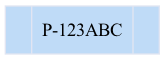
Earlier version of the Graphviz export arbol_b.png (bryan-ignacio/proyecto2_). Its source is kept beside it as arbol_b.dot.
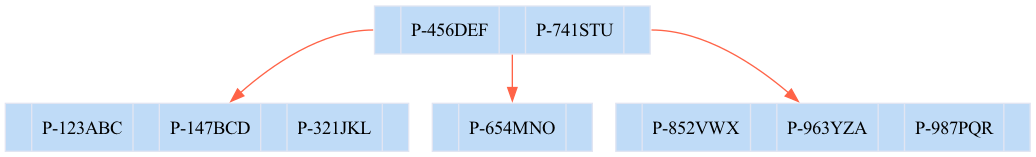
The same file after the commit.

What changed in the source:
```diff
@@ -3,6 +3,12 @@
 	fontcolor=black;
 	edge [fontcolor=white color="#FF6347"];
 	node [shape=record width=1.2 style=filled fillcolor="#bfdbf7" fontcolor=black color="#e1e5f2"];
-	n0[label="<f0>|P-123ABC|<f1>"];
+	n0[label="<f0>|P-456DEF|<f1>|P-741STU|<f2>"];
+	n0:f0 -> n1;
+	n1[label="<f0>|P-123ABC|<f1>|P-147BCD|<f2>|P-321JKL|<f3>"];
+	n0:f1 -> n2;
+	n2[label="<f0>|P-654MNO|<f1>"];
+	n0:f2 -> n3;
+	n3[label="<f0>|P-852VWX|<f1>|P-963YZA|<f2>|P-987PQR|<f3>"];
 
 }
```
